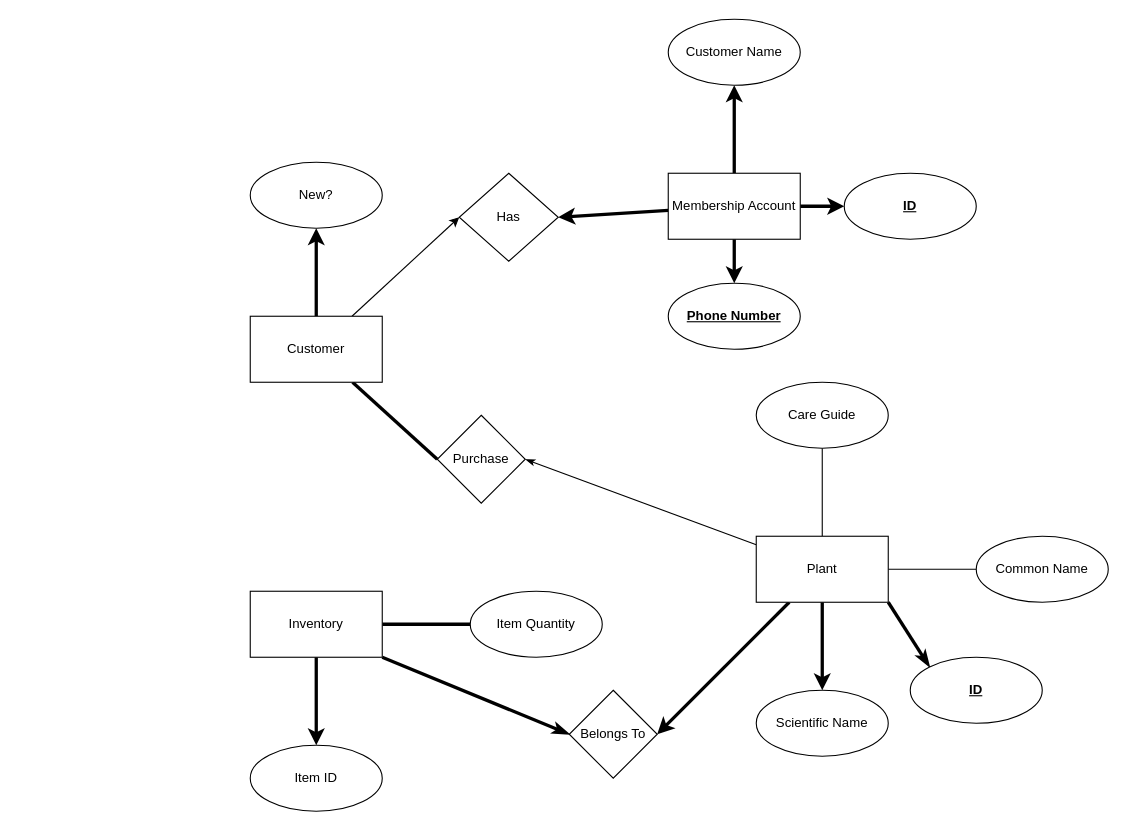
Earlier version of the draw.io diagram portfolio_project/portfolio_project.drawio (nicmmrob/Nucamp_SQL). Source tidied: cells renumbered, new cells numbered last; positions are measured from the earlier drawing's top-left corner, leaving out a move shared by most shapes. Both pictures are drawn from the tidied source at 110%, with x=0, y=0 at pixel (250, 19).
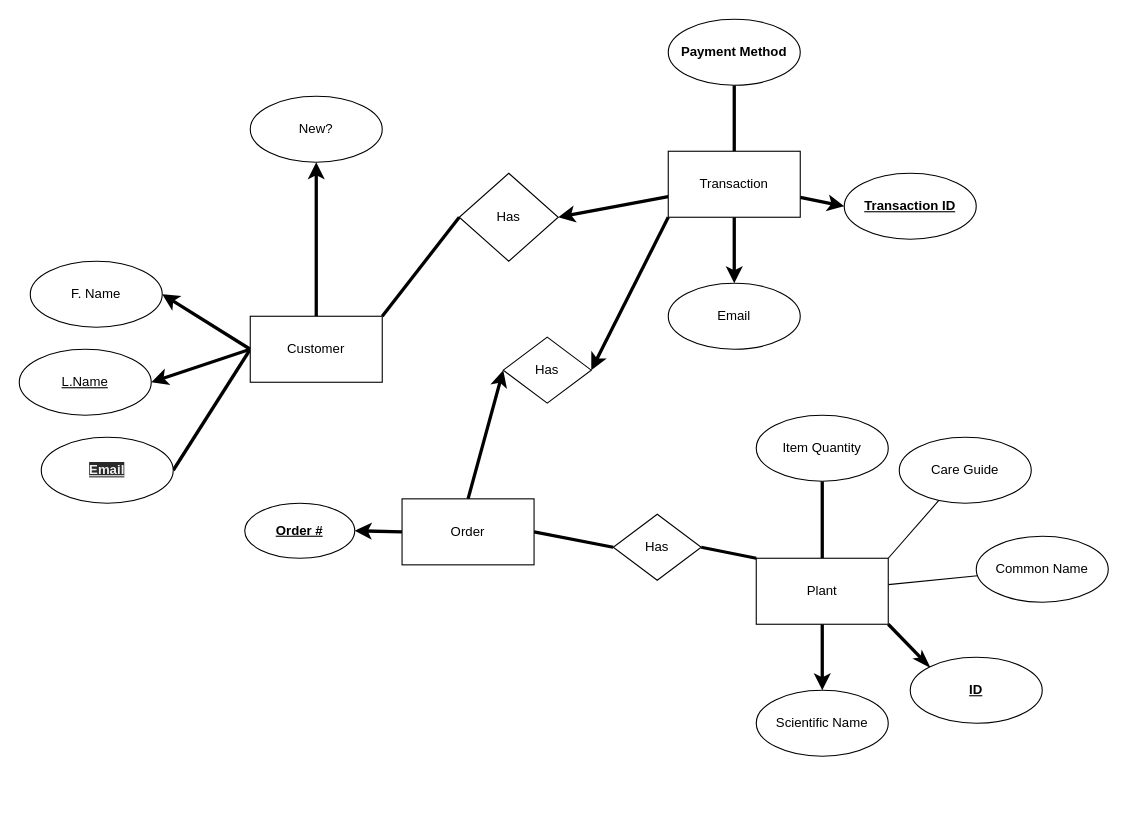
The same page after the edit.

The change refers to these unchanged cells:
```xml
<mxCell id="5" value="Customer" style="rounded=0;whiteSpace=wrap;html=1;" parent="1" vertex="1">
  <mxGeometry y="270" width="120" height="60" as="geometry" />
</mxCell>
<mxCell id="31" value="Has" style="rhombus;whiteSpace=wrap;html=1;rounded=0;" parent="1" vertex="1">
  <mxGeometry x="190" y="140" width="90" height="80" as="geometry" />
</mxCell>
```

Diff of the diagram source:
```diff
@@
-    <mxCell id="3" style="edgeStyle=none;html=1;" parent="1" edge="1" source="5">
-      <mxGeometry relative="1" as="geometry">
-        <mxPoint x="190" y="180" as="targetPoint" />
-      </mxGeometry>
+    <mxCell id="3" style="edgeStyle=none;html=1;exitX=1;exitY=0;exitDx=0;exitDy=0;strokeWidth=3;endArrow=none;endFill=0;entryX=0;entryY=0.5;entryDx=0;entryDy=0;" parent="1" edge="1" source="5" target="31">
+      <mxGeometry relative="1" as="geometry" />
     </mxCell>
-    <mxCell id="4" style="edgeStyle=none;html=1;endArrow=none;endFill=0;entryX=0;entryY=0.5;entryDx=0;entryDy=0;strokeWidth=3;" parent="1" edge="1" source="5" target="32">
-      <mxGeometry relative="1" as="geometry" />
-    </mxCell>
+    <mxCell id="35" style="edgeStyle=none;html=1;exitX=0;exitY=0.5;exitDx=0;exitDy=0;entryX=1;entryY=0.5;entryDx=0;entryDy=0;strokeWidth=3;" parent="1" edge="1" source="5" target="41">
+      <mxGeometry relative="1" as="geometry" />
+    </mxCell>
+    <mxCell id="36" style="edgeStyle=none;html=1;exitX=0;exitY=0.5;exitDx=0;exitDy=0;entryX=1;entryY=0.5;entryDx=0;entryDy=0;strokeWidth=3;" parent="1" edge="1" source="5" target="42">
+      <mxGeometry relative="1" as="geometry" />
+    </mxCell>
+    <mxCell id="37" style="edgeStyle=none;html=1;exitX=0;exitY=0.5;exitDx=0;exitDy=0;entryX=1;entryY=0.5;entryDx=0;entryDy=0;strokeWidth=3;endArrow=none;endFill=0;" parent="1" edge="1" source="5" target="43">
+      <mxGeometry relative="1" as="geometry" />
+    </mxCell>
@@
-    <mxCell id="8" style="edgeStyle=none;html=1;endArrow=none;endFill=0;" parent="1" edge="1" source="12" target="26">
+    <mxCell id="8" style="edgeStyle=none;html=1;endArrow=none;endFill=0;exitX=1;exitY=0;exitDx=0;exitDy=0;" parent="1" edge="1" source="12" target="26">
       <mxGeometry relative="1" as="geometry" />
     </mxCell>
-    <mxCell id="9" style="edgeStyle=none;html=1;strokeWidth=3;entryX=1;entryY=0.5;entryDx=0;entryDy=0;" parent="1" edge="1" source="12" target="33">
-      <mxGeometry relative="1" as="geometry" />
-    </mxCell>
-    <mxCell id="10" style="edgeStyle=none;html=1;entryX=1;entryY=0.5;entryDx=0;entryDy=0;endArrow=classicThin;endFill=1;" parent="1" edge="1" source="12" target="32">
-      <mxGeometry relative="1" as="geometry" />
-    </mxCell>
@@
+    <mxCell id="38" style="edgeStyle=none;html=1;exitX=0;exitY=0;exitDx=0;exitDy=0;entryX=1;entryY=0.5;entryDx=0;entryDy=0;endArrow=none;endFill=0;strokeWidth=3;" parent="1" edge="1" source="12" target="50">
+      <mxGeometry relative="1" as="geometry" />
+    </mxCell>
+    <mxCell id="39" style="edgeStyle=none;html=1;exitX=0.5;exitY=0;exitDx=0;exitDy=0;endArrow=none;endFill=0;strokeWidth=3;" parent="1" edge="1" source="12" target="23">
+      <mxGeometry relative="1" as="geometry" />
+    </mxCell>
     <mxCell id="12" value="Plant" style="rounded=0;whiteSpace=wrap;html=1;" parent="1" vertex="1">
-      <mxGeometry x="460" y="470" width="120" height="60" as="geometry" />
+      <mxGeometry x="460" y="490" width="120" height="60" as="geometry" />
     </mxCell>
-    <mxCell id="13" style="edgeStyle=none;html=1;strokeWidth=3;" parent="1" edge="1" source="17" target="28">
-      <mxGeometry relative="1" as="geometry" />
+    <mxCell id="13" style="edgeStyle=none;html=1;strokeWidth=3;" parent="1" edge="1" source="17">
+      <mxGeometry relative="1" as="geometry">
+        <mxPoint x="540" y="170" as="targetPoint" />
+      </mxGeometry>
     </mxCell>
@@
-    <mxCell id="15" style="edgeStyle=none;html=1;strokeWidth=3;" parent="1" edge="1" source="17" target="30">
+    <mxCell id="15" style="edgeStyle=none;html=1;strokeWidth=3;endArrow=none;endFill=0;" parent="1" edge="1" source="17" target="30">
       <mxGeometry relative="1" as="geometry" />
     </mxCell>
@@
+    <mxCell id="40" style="edgeStyle=none;html=1;exitX=0;exitY=1;exitDx=0;exitDy=0;entryX=1;entryY=0.5;entryDx=0;entryDy=0;endArrow=classic;endFill=1;strokeWidth=3;" parent="1" edge="1" source="17" target="49">
+      <mxGeometry relative="1" as="geometry" />
+    </mxCell>
-    <mxCell id="17" value="Membership Account" style="rounded=0;whiteSpace=wrap;html=1;" parent="1" vertex="1">
-      <mxGeometry x="380" y="140" width="120" height="60" as="geometry" />
+    <mxCell id="17" value="Transaction" style="rounded=0;whiteSpace=wrap;html=1;" parent="1" vertex="1">
+      <mxGeometry x="380" y="120" width="120" height="60" as="geometry" />
     </mxCell>
-    <mxCell id="18" style="edgeStyle=none;html=1;strokeWidth=3;" parent="1" edge="1" source="21" target="22">
-      <mxGeometry relative="1" as="geometry" />
-    </mxCell>
-    <mxCell id="19" style="edgeStyle=none;html=1;endArrow=none;endFill=0;strokeWidth=3;" parent="1" edge="1" source="21" target="23">
-      <mxGeometry relative="1" as="geometry" />
-    </mxCell>
-    <mxCell id="20" style="edgeStyle=none;html=1;exitX=1;exitY=1;exitDx=0;exitDy=0;entryX=0;entryY=0.5;entryDx=0;entryDy=0;endArrow=classicThin;endFill=1;strokeWidth=3;" parent="1" edge="1" source="21" target="33">
-      <mxGeometry relative="1" as="geometry" />
-    </mxCell>
-    <mxCell id="21" value="Inventory" style="rounded=0;whiteSpace=wrap;html=1;" parent="1" vertex="1">
-      <mxGeometry y="520" width="120" height="60" as="geometry" />
-    </mxCell>
-    <mxCell id="22" value="Item ID" style="ellipse;whiteSpace=wrap;html=1;rounded=0;" parent="1" vertex="1">
-      <mxGeometry y="660" width="120" height="60" as="geometry" />
-    </mxCell>
-    <mxCell id="23" value="Item Quantity" style="ellipse;whiteSpace=wrap;html=1;rounded=0;" parent="1" vertex="1">
-      <mxGeometry x="200" y="520" width="120" height="60" as="geometry" />
-    </mxCell>
@@
     <mxCell id="26" value="Care Guide&lt;br&gt;" style="ellipse;whiteSpace=wrap;html=1;rounded=0;" parent="1" vertex="1">
-      <mxGeometry x="460" y="330" width="120" height="60" as="geometry" />
+      <mxGeometry x="590" y="380" width="120" height="60" as="geometry" />
     </mxCell>
     <mxCell id="27" value="New?" style="ellipse;whiteSpace=wrap;html=1;rounded=0;" parent="1" vertex="1">
-      <mxGeometry y="130" width="120" height="60" as="geometry" />
+      <mxGeometry y="70" width="120" height="60" as="geometry" />
     </mxCell>
-    <mxCell id="28" value="&lt;u&gt;&lt;b&gt;ID&lt;/b&gt;&lt;/u&gt;" style="ellipse;whiteSpace=wrap;html=1;rounded=0;" parent="1" vertex="1">
-      <mxGeometry x="540" y="140" width="120" height="60" as="geometry" />
-    </mxCell>
-    <mxCell id="29" value="&lt;u&gt;&lt;b&gt;Phone Number&lt;/b&gt;&lt;/u&gt;" style="ellipse;whiteSpace=wrap;html=1;rounded=0;" parent="1" vertex="1">
+    <mxCell id="29" value="&lt;span&gt;&lt;span&gt;Email&lt;/span&gt;&lt;/span&gt;" style="ellipse;whiteSpace=wrap;html=1;rounded=0;fontStyle=0;" parent="1" vertex="1">
       <mxGeometry x="380" y="240" width="120" height="60" as="geometry" />
     </mxCell>
-    <mxCell id="30" value="Customer Name" style="ellipse;whiteSpace=wrap;html=1;rounded=0;" parent="1" vertex="1">
+    <mxCell id="30" value="Payment Method" style="ellipse;whiteSpace=wrap;html=1;rounded=0;fontStyle=1;" parent="1" vertex="1">
       <mxGeometry x="380" width="120" height="60" as="geometry" />
     </mxCell>
@@
-    <mxCell id="32" value="Purchase" style="rhombus;whiteSpace=wrap;html=1;rounded=0;" parent="1" vertex="1">
-      <mxGeometry x="170" y="360" width="80" height="80" as="geometry" />
-    </mxCell>
-    <mxCell id="33" value="Belongs To" style="rhombus;whiteSpace=wrap;html=1;rounded=0;" parent="1" vertex="1">
-      <mxGeometry x="290" y="610" width="80" height="80" as="geometry" />
-    </mxCell>
@@
+    <mxCell id="41" value="F. Name" style="ellipse;whiteSpace=wrap;html=1;" parent="1" vertex="1">
+      <mxGeometry x="-200" y="220" width="120" height="60" as="geometry" />
+    </mxCell>
+    <mxCell id="42" value="L.Name" style="ellipse;whiteSpace=wrap;html=1;fontStyle=4;" parent="1" vertex="1">
+      <mxGeometry x="-210" y="300" width="120" height="60" as="geometry" />
+    </mxCell>
+    <mxCell id="43" value="&#10;&#10;&lt;u style=&quot;color: rgb(240, 240, 240); font-family: helvetica; font-size: 12px; font-style: normal; font-weight: 400; letter-spacing: normal; text-align: center; text-indent: 0px; text-transform: none; word-spacing: 0px; background-color: rgb(42, 42, 42);&quot;&gt;&lt;b&gt;Email&lt;/b&gt;&lt;/u&gt;&#10;&#10;" style="ellipse;whiteSpace=wrap;html=1;" parent="1" vertex="1">
+      <mxGeometry x="-190" y="380" width="120" height="60" as="geometry" />
+    </mxCell>
+    <mxCell id="44" style="edgeStyle=none;html=1;exitX=0;exitY=0.5;exitDx=0;exitDy=0;entryX=1;entryY=0.5;entryDx=0;entryDy=0;endArrow=classic;endFill=1;strokeWidth=3;" parent="1" edge="1" source="47" target="48">
+      <mxGeometry relative="1" as="geometry" />
+    </mxCell>
+    <mxCell id="45" style="edgeStyle=none;html=1;exitX=0.5;exitY=0;exitDx=0;exitDy=0;endArrow=classic;endFill=1;strokeWidth=3;entryX=0;entryY=0.5;entryDx=0;entryDy=0;" parent="1" edge="1" source="47" target="49">
+      <mxGeometry relative="1" as="geometry" />
+    </mxCell>
+    <mxCell id="46" style="edgeStyle=none;html=1;exitX=1;exitY=0.5;exitDx=0;exitDy=0;entryX=0;entryY=0.5;entryDx=0;entryDy=0;endArrow=none;endFill=0;strokeWidth=3;" parent="1" edge="1" source="47" target="50">
+      <mxGeometry relative="1" as="geometry" />
+    </mxCell>
+    <mxCell id="47" value="Order" style="rounded=0;whiteSpace=wrap;html=1;" parent="1" vertex="1">
+      <mxGeometry x="138" y="436" width="120" height="60" as="geometry" />
+    </mxCell>
+    <mxCell id="48" value="&lt;u&gt;&lt;b&gt;Order #&lt;/b&gt;&lt;/u&gt;" style="ellipse;whiteSpace=wrap;html=1;" parent="1" vertex="1">
+      <mxGeometry x="-5" y="440" width="100" height="50" as="geometry" />
+    </mxCell>
+    <mxCell id="49" value="Has" style="rhombus;whiteSpace=wrap;html=1;" parent="1" vertex="1">
+      <mxGeometry x="230" y="289" width="80" height="60" as="geometry" />
+    </mxCell>
+    <mxCell id="50" value="Has" style="rhombus;whiteSpace=wrap;html=1;" parent="1" vertex="1">
+      <mxGeometry x="330" y="450" width="80" height="60" as="geometry" />
+    </mxCell>
+    <mxCell id="23" value="Item Quantity" style="ellipse;whiteSpace=wrap;html=1;rounded=0;" parent="1" vertex="1">
+      <mxGeometry x="460" y="360" width="120" height="60" as="geometry" />
+    </mxCell>
+    <mxCell id="51" value="&lt;u&gt;&lt;b&gt;Transaction ID&lt;/b&gt;&lt;/u&gt;" style="ellipse;whiteSpace=wrap;html=1;rounded=0;" parent="1" vertex="1">
+      <mxGeometry x="540" y="140" width="120" height="60" as="geometry" />
+    </mxCell>
```
